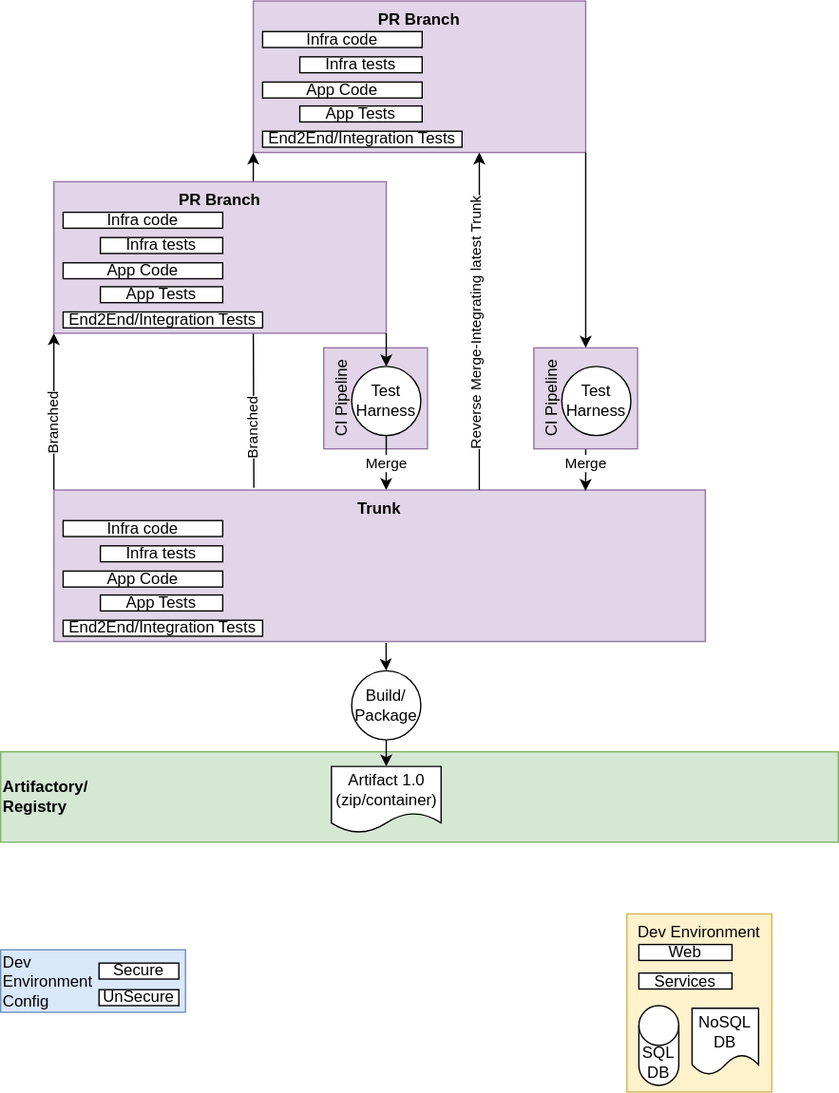
Before: assets/images/deployments.svg, a diagram exported from draw.io (vjavle/minimal-mistakes). Source tidied: cells renumbered, new cells last; positions are measured from the earlier drawing's top-left corner, leaving out a move shared by most shapes.
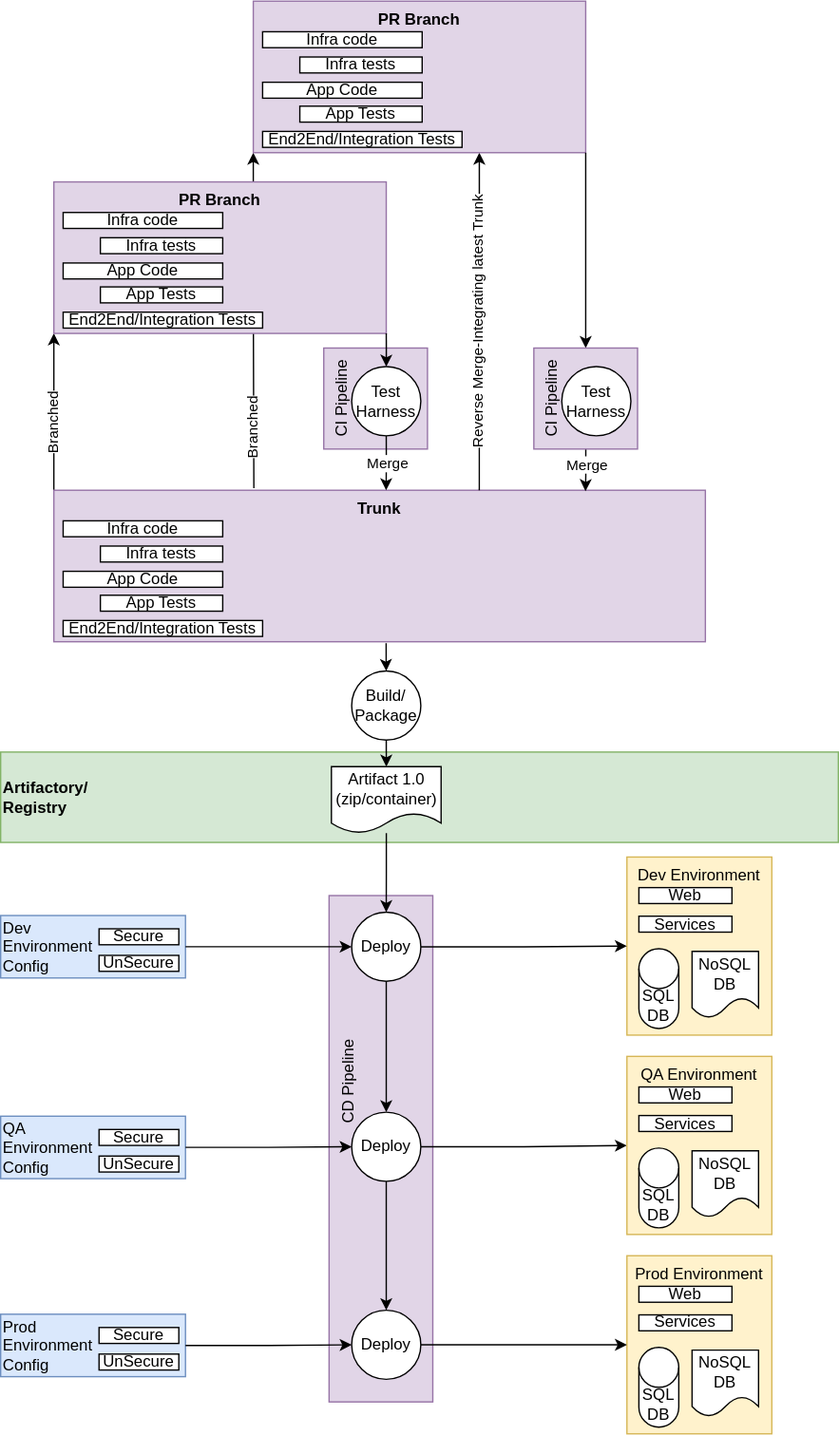
After the change.

The edit, as a diff of the source:
```diff
@@ -2,6 +2,9 @@
   <root>
     <mxCell id="0" />
     <mxCell id="1" parent="0" />
+    <mxCell id="50" value="CD Pipeline" style="rounded=0;whiteSpace=wrap;html=1;horizontal=0;verticalAlign=top;fillColor=#e1d5e7;strokeColor=#9673a6;spacingLeft=100;" parent="1" vertex="1">
+      <mxGeometry x="247" y="673" width="78" height="381" as="geometry" />
+    </mxCell>
     <mxCell id="2" style="edgeStyle=orthogonalEdgeStyle;rounded=0;jettySize=auto;html=1;startArrow=classic;startFill=1;endArrow=none;endFill=0;exitX=0;exitY=1;exitDx=0;exitDy=0;entryX=0.307;entryY=-0.014;entryDx=0;entryDy=0;entryPerimeter=0;" parent="1" edge="1" source="39" target="16">
       <mxGeometry relative="1" as="geometry" />
     </mxCell>
@@ -12,7 +15,7 @@
       <mxGeometry x="243" y="261" width="78" height="76" as="geometry" />
     </mxCell>
     <mxCell id="5" value="Dev Environment" style="rounded=0;whiteSpace=wrap;html=1;verticalAlign=top;fillColor=#fff2cc;strokeColor=#d6b656;" parent="1" vertex="1">
-      <mxGeometry x="471" y="687" width="109" height="134" as="geometry" />
+      <mxGeometry x="471" y="644" width="109" height="134" as="geometry" />
     </mxCell>
     <mxCell id="6" value="Artifactory/&lt;br&gt;Registry" style="rounded=0;whiteSpace=wrap;html=1;align=left;fillColor=#d5e8d4;strokeColor=#82b366;fontStyle=1;" parent="1" vertex="1">
       <mxGeometry y="565" width="630" height="68" as="geometry" />
@@ -76,6 +79,9 @@
     <mxCell id="25" value="Test Harness" style="ellipse;whiteSpace=wrap;html=1;" parent="1" vertex="1">
       <mxGeometry x="264" y="275" width="52" height="52" as="geometry" />
     </mxCell>
+    <mxCell id="51" style="edgeStyle=orthogonalEdgeStyle;rounded=0;jettySize=auto;html=1;entryX=0.5;entryY=0;entryDx=0;entryDy=0;startArrow=none;startFill=0;endArrow=classic;endFill=1;" parent="1" edge="1" source="26" target="54">
+      <mxGeometry relative="1" as="geometry" />
+    </mxCell>
     <mxCell id="26" value="&lt;div&gt;Artifact 1.0&lt;/div&gt;&lt;div&gt;(zip/container)&lt;/div&gt;" style="shape=document;whiteSpace=wrap;html=1;boundedLbl=1;" parent="1" vertex="1">
       <mxGeometry x="248.8" y="576" width="82.5" height="50" as="geometry" />
     </mxCell>
@@ -86,7 +92,7 @@
       <mxGeometry x="264" y="504" width="52" height="52" as="geometry" />
     </mxCell>
     <mxCell id="29" style="group;" parent="1" vertex="1">
-      <mxGeometry y="714" width="139" height="47" as="geometry" />
+      <mxGeometry y="688" width="139" height="47" as="geometry" />
     </mxCell>
     <mxCell id="30" value="&lt;div&gt;Dev&lt;/div&gt;&lt;div&gt;Environment&lt;/div&gt;&lt;div&gt;Config&lt;br&gt;&lt;/div&gt;" style="rounded=0;whiteSpace=wrap;html=1;horizontal=1;align=left;fillColor=#dae8fc;strokeColor=#6c8ebf;" parent="29" vertex="1">
       <mxGeometry width="139" height="47" as="geometry" />
@@ -98,16 +104,16 @@
       <mxGeometry x="74" y="10" width="60" height="12" as="geometry" />
     </mxCell>
     <mxCell id="33" value="Web" style="rounded=0;whiteSpace=wrap;html=1;" parent="1" vertex="1">
-      <mxGeometry x="480" y="710" width="70" height="12" as="geometry" />
+      <mxGeometry x="480" y="667" width="70" height="12" as="geometry" />
     </mxCell>
     <mxCell id="34" value="Services" style="rounded=0;whiteSpace=wrap;html=1;" parent="1" vertex="1">
-      <mxGeometry x="480" y="731.5" width="70" height="12" as="geometry" />
+      <mxGeometry x="480" y="688.5" width="70" height="12" as="geometry" />
     </mxCell>
     <mxCell id="35" value="&lt;div&gt;SQL&lt;/div&gt;&lt;div&gt;DB&lt;br&gt;&lt;/div&gt;" style="shape=cylinder3;whiteSpace=wrap;html=1;boundedLbl=1;backgroundOutline=1;size=15;" parent="1" vertex="1">
-      <mxGeometry x="480" y="756" width="30" height="60" as="geometry" />
+      <mxGeometry x="480" y="713" width="30" height="60" as="geometry" />
     </mxCell>
     <mxCell id="36" value="&lt;div&gt;NoSQL&lt;br&gt;DB&lt;br&gt;&lt;/div&gt;" style="shape=document;whiteSpace=wrap;html=1;boundedLbl=1;" parent="1" vertex="1">
-      <mxGeometry x="520" y="758" width="50" height="50" as="geometry" />
+      <mxGeometry x="520" y="715" width="50" height="50" as="geometry" />
     </mxCell>
     <mxCell id="37" style="edgeStyle=orthogonalEdgeStyle;rounded=0;jettySize=auto;html=1;entryX=0.653;entryY=0;entryDx=0;entryDy=0;entryPerimeter=0;startArrow=classic;startFill=1;endArrow=none;endFill=0;exitX=0.68;exitY=1;exitDx=0;exitDy=0;exitPerimeter=0;" parent="1" edge="1" source="39" target="16">
       <mxGeometry relative="1" as="geometry" />
@@ -152,5 +158,92 @@
     <mxCell id="49" value="Test Harness" style="ellipse;whiteSpace=wrap;html=1;" parent="1" vertex="1">
       <mxGeometry x="422" y="275" width="52" height="52" as="geometry" />
     </mxCell>
+    <mxCell id="52" style="edgeStyle=orthogonalEdgeStyle;rounded=0;jettySize=auto;html=1;entryX=0;entryY=0.5;entryDx=0;entryDy=0;startArrow=none;startFill=0;endArrow=classic;endFill=1;" parent="1" edge="1" source="54" target="5">
+      <mxGeometry relative="1" as="geometry" />
+    </mxCell>
+    <mxCell id="53" style="edgeStyle=orthogonalEdgeStyle;rounded=0;jettySize=auto;html=1;startArrow=none;startFill=0;endArrow=classic;endFill=1;" parent="1" edge="1" source="54" target="58">
+      <mxGeometry relative="1" as="geometry" />
+    </mxCell>
+    <mxCell id="54" value="Deploy" style="ellipse;whiteSpace=wrap;html=1;" parent="1" vertex="1">
+      <mxGeometry x="264" y="685.5" width="52" height="52" as="geometry" />
+    </mxCell>
+    <mxCell id="55" style="edgeStyle=orthogonalEdgeStyle;rounded=0;jettySize=auto;html=1;startArrow=none;startFill=0;endArrow=classic;endFill=1;" parent="1" edge="1" source="30" target="54">
+      <mxGeometry relative="1" as="geometry" />
+    </mxCell>
+    <mxCell id="56" style="edgeStyle=orthogonalEdgeStyle;rounded=0;jettySize=auto;html=1;startArrow=none;startFill=0;endArrow=classic;endFill=1;" parent="1" edge="1" source="58" target="59">
+      <mxGeometry relative="1" as="geometry" />
+    </mxCell>
+    <mxCell id="57" style="edgeStyle=orthogonalEdgeStyle;rounded=0;jettySize=auto;html=1;startArrow=none;startFill=0;endArrow=classic;endFill=1;" parent="1" edge="1" source="58" target="75">
+      <mxGeometry relative="1" as="geometry" />
+    </mxCell>
+    <mxCell id="58" value="Deploy" style="ellipse;whiteSpace=wrap;html=1;" parent="1" vertex="1">
+      <mxGeometry x="264" y="836" width="52" height="52" as="geometry" />
+    </mxCell>
+    <mxCell id="59" value="QA Environment" style="rounded=0;whiteSpace=wrap;html=1;verticalAlign=top;fillColor=#fff2cc;strokeColor=#d6b656;" parent="1" vertex="1">
+      <mxGeometry x="471" y="794" width="109" height="134" as="geometry" />
+    </mxCell>
+    <mxCell id="60" value="Web" style="rounded=0;whiteSpace=wrap;html=1;" parent="1" vertex="1">
+      <mxGeometry x="480" y="817" width="70" height="12" as="geometry" />
+    </mxCell>
+    <mxCell id="61" value="Services" style="rounded=0;whiteSpace=wrap;html=1;" parent="1" vertex="1">
+      <mxGeometry x="480" y="838.5" width="70" height="12" as="geometry" />
+    </mxCell>
+    <mxCell id="62" value="&lt;div&gt;SQL&lt;/div&gt;&lt;div&gt;DB&lt;br&gt;&lt;/div&gt;" style="shape=cylinder3;whiteSpace=wrap;html=1;boundedLbl=1;backgroundOutline=1;size=15;" parent="1" vertex="1">
+      <mxGeometry x="480" y="863" width="30" height="60" as="geometry" />
+    </mxCell>
+    <mxCell id="63" value="&lt;div&gt;NoSQL&lt;br&gt;DB&lt;br&gt;&lt;/div&gt;" style="shape=document;whiteSpace=wrap;html=1;boundedLbl=1;" parent="1" vertex="1">
+      <mxGeometry x="520" y="865" width="50" height="50" as="geometry" />
+    </mxCell>
+    <mxCell id="64" style="group;" parent="1" vertex="1">
+      <mxGeometry y="839" width="139" height="47" as="geometry" />
+    </mxCell>
+    <mxCell id="65" value="&lt;div&gt;QA&lt;/div&gt;&lt;div&gt;Environment&lt;/div&gt;&lt;div&gt;Config&lt;br&gt;&lt;/div&gt;" style="rounded=0;whiteSpace=wrap;html=1;horizontal=1;align=left;fillColor=#dae8fc;strokeColor=#6c8ebf;" parent="64" vertex="1">
+      <mxGeometry width="139" height="47" as="geometry" />
+    </mxCell>
+    <mxCell id="66" value="UnSecure" style="rounded=0;whiteSpace=wrap;html=1;" parent="64" vertex="1">
+      <mxGeometry x="74" y="30" width="60" height="12" as="geometry" />
+    </mxCell>
+    <mxCell id="67" value="Secure" style="rounded=0;whiteSpace=wrap;html=1;" parent="64" vertex="1">
+      <mxGeometry x="74" y="10" width="60" height="12" as="geometry" />
+    </mxCell>
+    <mxCell id="68" style="edgeStyle=orthogonalEdgeStyle;rounded=0;jettySize=auto;html=1;startArrow=none;startFill=0;endArrow=classic;endFill=1;" parent="1" edge="1" source="65" target="58">
+      <mxGeometry relative="1" as="geometry" />
+    </mxCell>
+    <mxCell id="69" value="Prod Environment" style="rounded=0;whiteSpace=wrap;html=1;verticalAlign=top;fillColor=#fff2cc;strokeColor=#d6b656;" parent="1" vertex="1">
+      <mxGeometry x="471" y="944" width="109" height="134" as="geometry" />
+    </mxCell>
+    <mxCell id="70" value="Web" style="rounded=0;whiteSpace=wrap;html=1;" parent="1" vertex="1">
+      <mxGeometry x="480" y="967" width="70" height="12" as="geometry" />
+    </mxCell>
+    <mxCell id="71" value="Services" style="rounded=0;whiteSpace=wrap;html=1;" parent="1" vertex="1">
+      <mxGeometry x="480" y="988.5" width="70" height="12" as="geometry" />
+    </mxCell>
+    <mxCell id="72" value="&lt;div&gt;SQL&lt;/div&gt;&lt;div&gt;DB&lt;br&gt;&lt;/div&gt;" style="shape=cylinder3;whiteSpace=wrap;html=1;boundedLbl=1;backgroundOutline=1;size=15;" parent="1" vertex="1">
+      <mxGeometry x="480" y="1013" width="30" height="60" as="geometry" />
+    </mxCell>
+    <mxCell id="73" value="&lt;div&gt;NoSQL&lt;br&gt;DB&lt;br&gt;&lt;/div&gt;" style="shape=document;whiteSpace=wrap;html=1;boundedLbl=1;" parent="1" vertex="1">
+      <mxGeometry x="520" y="1015" width="50" height="50" as="geometry" />
+    </mxCell>
+    <mxCell id="74" style="edgeStyle=orthogonalEdgeStyle;rounded=0;jettySize=auto;html=1;startArrow=none;startFill=0;endArrow=classic;endFill=1;" parent="1" edge="1" source="75" target="69">
+      <mxGeometry relative="1" as="geometry" />
+    </mxCell>
+    <mxCell id="75" value="Deploy" style="ellipse;whiteSpace=wrap;html=1;" parent="1" vertex="1">
+      <mxGeometry x="264" y="985" width="52" height="52" as="geometry" />
+    </mxCell>
+    <mxCell id="76" style="group;" parent="1" vertex="1">
+      <mxGeometry y="988" width="139" height="47" as="geometry" />
+    </mxCell>
+    <mxCell id="77" value="&lt;div&gt;Prod&lt;/div&gt;&lt;div&gt;Environment&lt;/div&gt;&lt;div&gt;Config&lt;br&gt;&lt;/div&gt;" style="rounded=0;whiteSpace=wrap;html=1;horizontal=1;align=left;fillColor=#dae8fc;strokeColor=#6c8ebf;" parent="76" vertex="1">
+      <mxGeometry width="139" height="47" as="geometry" />
+    </mxCell>
+    <mxCell id="78" value="UnSecure" style="rounded=0;whiteSpace=wrap;html=1;" parent="76" vertex="1">
+      <mxGeometry x="74" y="30" width="60" height="12" as="geometry" />
+    </mxCell>
+    <mxCell id="79" value="Secure" style="rounded=0;whiteSpace=wrap;html=1;" parent="76" vertex="1">
+      <mxGeometry x="74" y="10" width="60" height="12" as="geometry" />
+    </mxCell>
+    <mxCell id="80" style="edgeStyle=orthogonalEdgeStyle;rounded=0;jettySize=auto;html=1;startArrow=none;startFill=0;endArrow=classic;endFill=1;" parent="1" edge="1" source="77" target="75">
+      <mxGeometry relative="1" as="geometry" />
+    </mxCell>
   </root>
 </mxGraphModel>
```
